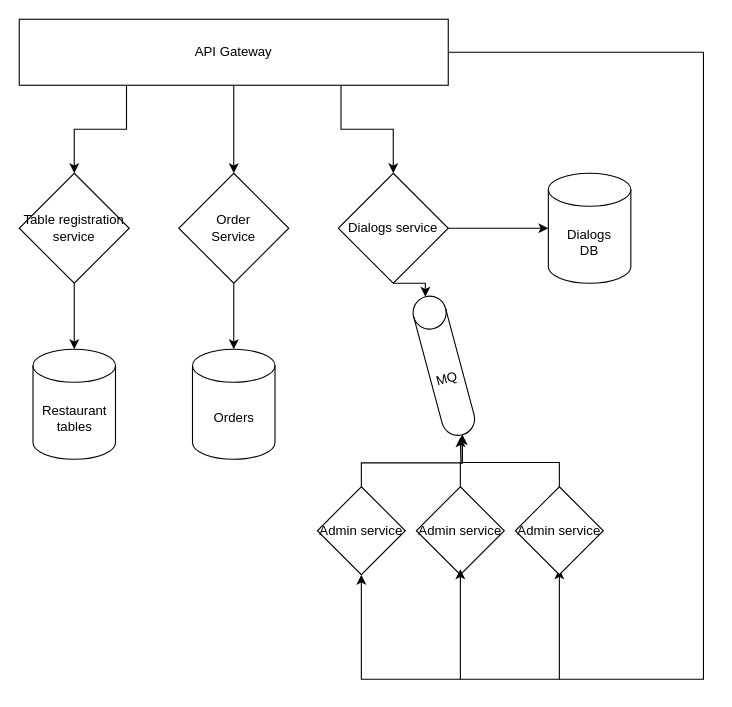
Before: SW_project.drawio in SmalRat/SW_architecture_project, a draw.io diagram. Source tidied: cells renumbered, new cells numbered last; positions are measured from the earlier drawing's top-left corner, leaving out a move shared by most shapes. Both pictures are drawn from the tidied source at 110%, with x=0, y=0 at pixel (19, 19).
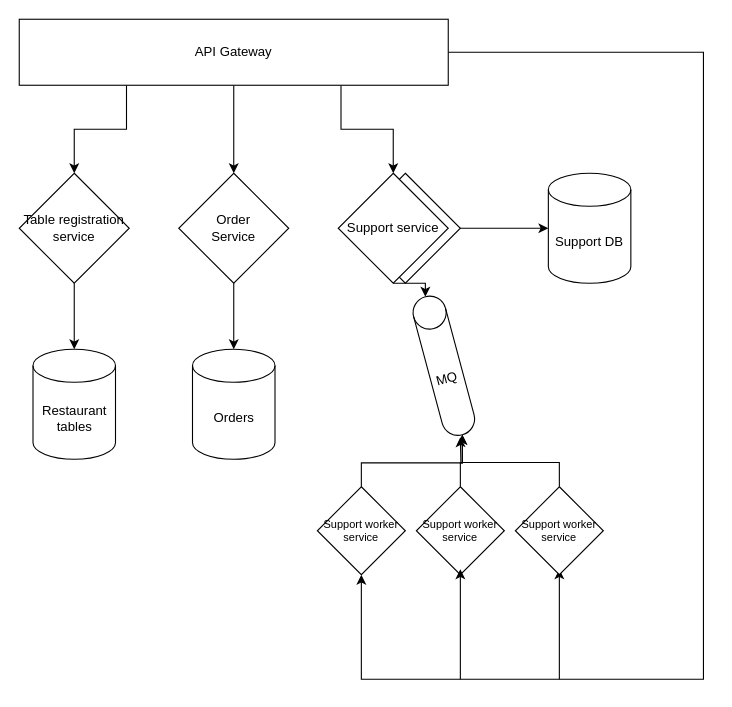
The same diagram, later.

Change to the diagram source:
```diff
@@
-    <mxCell id="11" value="Dialogs service" style="rhombus;whiteSpace=wrap;html=1;" parent="1" vertex="1">
-      <mxGeometry x="290" y="140" width="100" height="100" as="geometry" />
-    </mxCell>
@@
-    <mxCell id="14" value="Dialogs&lt;div&gt;DB&lt;/div&gt;" style="shape=cylinder3;whiteSpace=wrap;html=1;boundedLbl=1;backgroundOutline=1;size=15;" parent="1" vertex="1">
+    <mxCell id="14" value="&lt;div&gt;Support DB&lt;/div&gt;" style="shape=cylinder3;whiteSpace=wrap;html=1;boundedLbl=1;backgroundOutline=1;size=15;" parent="1" vertex="1">
       <mxGeometry x="481" y="140" width="75" height="100" as="geometry" />
     </mxCell>
@@
-    <mxCell id="19" value="Admin service" style="rhombus;whiteSpace=wrap;html=1;" parent="1" vertex="1">
+    <mxCell id="19" value="Support worker service" style="rhombus;whiteSpace=wrap;html=1;fontSize=10;" parent="1" vertex="1">
       <mxGeometry x="451" y="425" width="80" height="80" as="geometry" />
     </mxCell>
-    <mxCell id="20" value="Admin service" style="rhombus;whiteSpace=wrap;html=1;" parent="1" vertex="1">
+    <mxCell id="20" value="Support worker service" style="rhombus;whiteSpace=wrap;html=1;fontSize=10;" parent="1" vertex="1">
       <mxGeometry x="361" y="425" width="80" height="80" as="geometry" />
     </mxCell>
-    <mxCell id="21" value="Admin service" style="rhombus;whiteSpace=wrap;html=1;" parent="1" vertex="1">
+    <mxCell id="21" value="Support worker service" style="rhombus;whiteSpace=wrap;html=1;fontSize=10;" parent="1" vertex="1">
       <mxGeometry x="271" y="425" width="80" height="80" as="geometry" />
     </mxCell>
@@
+    <mxCell id="26" style="rhombus;whiteSpace=wrap;html=1;" parent="1" vertex="1">
+      <mxGeometry x="301" y="140" width="100" height="100" as="geometry" />
+    </mxCell>
+    <mxCell id="11" value="Support service" style="rhombus;whiteSpace=wrap;html=1;" parent="1" vertex="1">
+      <mxGeometry x="290" y="140" width="100" height="100" as="geometry" />
+    </mxCell>
```
